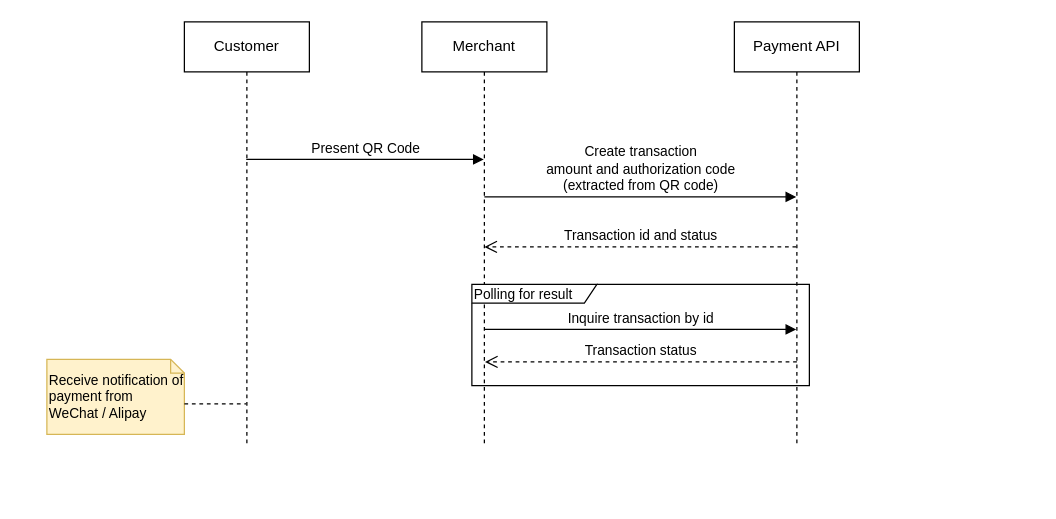
whalebig27/change-request-process-diagram keeps this draw.io diagram as page "Customer Present QR Code" (1 of 2) of Payment Service.drawio. Above is the earlier version. Source tidied: cells renumbered, new cells numbered last; positions are measured from the earlier drawing's top-left corner, leaving out a move shared by most shapes. Both pictures are drawn from the tidied source at 125%, with x=0, y=0 at pixel (46, 21).
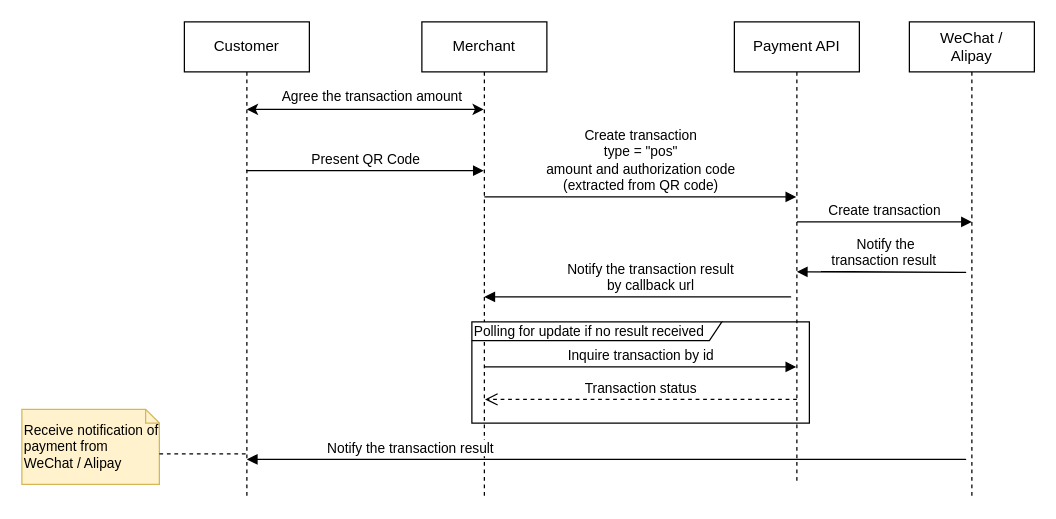
The same diagram, later.

Change to the diagram source:
```diff
@@
     <mxCell id="2" value="Customer" style="shape=umlLifeline;perimeter=lifelinePerimeter;whiteSpace=wrap;html=1;outlineConnect=0;" parent="1" vertex="1">
-      <mxGeometry x="110" width="100" height="340" as="geometry" />
+      <mxGeometry x="110" width="100" height="380" as="geometry" />
     </mxCell>
     <mxCell id="3" value="Merchant" style="shape=umlLifeline;perimeter=lifelinePerimeter;whiteSpace=wrap;html=1;outlineConnect=0;" parent="1" vertex="1">
-      <mxGeometry x="300" width="100" height="340" as="geometry" />
+      <mxGeometry x="300" width="100" height="380" as="geometry" />
     </mxCell>
     <mxCell id="4" value="Payment API" style="shape=umlLifeline;perimeter=lifelinePerimeter;whiteSpace=wrap;html=1;outlineConnect=0;" parent="1" vertex="1">
-      <mxGeometry x="550" width="100" height="340" as="geometry" />
+      <mxGeometry x="550" width="100" height="370" as="geometry" />
     </mxCell>
-    <mxCell id="5" value="Present QR Code" style="html=1;verticalAlign=bottom;endArrow=block;" parent="1" edge="1" source="2" target="3">
+    <mxCell id="5" value="Present QR Code" style="html=1;verticalAlign=bottom;endArrow=block;" parent="1" edge="1">
       <mxGeometry relative="1" as="geometry">
+        <mxPoint x="159.5" y="119" as="sourcePoint" />
+        <mxPoint x="349.5" y="119" as="targetPoint" />
         <Array as="points">
-          <mxPoint x="230" y="110" />
+          <mxPoint x="230" y="119" />
         </Array>
       </mxGeometry>
     </mxCell>
-    <mxCell id="6" value="Create transaction&lt;br&gt;amount&amp;nbsp;and authorization code &lt;br&gt;(extracted from QR code)&lt;br&gt;" style="html=1;verticalAlign=bottom;endArrow=block;" parent="1" edge="1" target="4">
+    <mxCell id="6" value="Create transaction&lt;br&gt;type = &quot;pos&quot;&lt;br&gt;amount&amp;nbsp;and authorization code &lt;br&gt;(extracted from QR code)&lt;br&gt;" style="html=1;verticalAlign=bottom;endArrow=block;" parent="1" edge="1" target="4">
       <mxGeometry relative="1" as="geometry">
         <mxPoint x="350" y="140" as="sourcePoint" />
         <Array as="points">
           <mxPoint x="350" y="140" />
         </Array>
       </mxGeometry>
     </mxCell>
-    <mxCell id="7" value="Transaction id and status" style="html=1;verticalAlign=bottom;endArrow=open;dashed=1;endSize=8;" parent="1" edge="1" source="4">
-      <mxGeometry relative="1" as="geometry">
-        <mxPoint x="350" y="180" as="targetPoint" />
-      </mxGeometry>
-    </mxCell>
     <mxCell id="8" value="Inquire transaction by id&lt;br&gt;" style="html=1;verticalAlign=bottom;endArrow=block;" parent="1" edge="1">
       <mxGeometry relative="1" as="geometry">
-        <mxPoint x="350" y="246" as="sourcePoint" />
-        <mxPoint x="599.5" y="246" as="targetPoint" />
+        <mxPoint x="350" y="276" as="sourcePoint" />
+        <mxPoint x="599.5" y="276" as="targetPoint" />
         <Array as="points">
-          <mxPoint x="350" y="246" />
+          <mxPoint x="350" y="276" />
         </Array>
       </mxGeometry>
     </mxCell>
     <mxCell id="9" value="Transaction status" style="html=1;verticalAlign=bottom;endArrow=open;dashed=1;endSize=8;" parent="1" edge="1">
       <mxGeometry relative="1" as="geometry">
-        <mxPoint x="600" y="272" as="sourcePoint" />
-        <mxPoint x="350.5" y="272" as="targetPoint" />
+        <mxPoint x="600" y="302" as="sourcePoint" />
+        <mxPoint x="350.5" y="302" as="targetPoint" />
       </mxGeometry>
     </mxCell>
-    <mxCell id="10" value="Polling for result" style="shape=umlFrame;whiteSpace=wrap;html=1;width=100;height=15;fontSize=11;align=left;" parent="1" vertex="1">
-      <mxGeometry x="340" y="210" width="270" height="81" as="geometry" />
+    <mxCell id="10" value="Polling for update if no result received" style="shape=umlFrame;whiteSpace=wrap;html=1;width=200;height=15;fontSize=11;align=left;" parent="1" vertex="1">
+      <mxGeometry x="340" y="240" width="270" height="81" as="geometry" />
     </mxCell>
     <mxCell id="11" value="Receive notification of payment from WeChat / Alipay" style="shape=note;whiteSpace=wrap;html=1;size=11;verticalAlign=top;align=left;spacingTop=4;fontSize=11;fillColor=#fff2cc;strokeColor=#d6b656;" parent="1" vertex="1">
-      <mxGeometry y="270" width="110" height="60" as="geometry" />
+      <mxGeometry x="-20" y="310" width="110" height="60" as="geometry" />
     </mxCell>
@@
+    <mxCell id="13" value="WeChat / &lt;br&gt;Alipay" style="shape=umlLifeline;perimeter=lifelinePerimeter;whiteSpace=wrap;html=1;" parent="1" vertex="1">
+      <mxGeometry x="690" width="100" height="380" as="geometry" />
+    </mxCell>
+    <mxCell id="14" value="Create transaction&lt;br&gt;" style="html=1;verticalAlign=bottom;endArrow=block;" parent="1" edge="1">
+      <mxGeometry relative="1" as="geometry">
+        <mxPoint x="600" y="160" as="sourcePoint" />
+        <mxPoint x="740" y="160" as="targetPoint" />
+        <Array as="points">
+          <mxPoint x="600" y="160" />
+        </Array>
+      </mxGeometry>
+    </mxCell>
+    <mxCell id="15" value="Notify the transaction result &lt;br&gt;&lt;div style=&quot;text-align: center&quot;&gt;by callback url&lt;/div&gt;" style="html=1;verticalAlign=bottom;endArrow=block;align=right;" parent="1" edge="1">
+      <mxGeometry relative="1" as="geometry">
+        <mxPoint x="449.5" y="220" as="sourcePoint" />
+        <mxPoint x="350" y="220" as="targetPoint" />
+        <Array as="points">
+          <mxPoint x="600" y="220" />
+        </Array>
+      </mxGeometry>
+    </mxCell>
+    <mxCell id="16" value="Notify the &lt;br&gt;&lt;div style=&quot;text-align: center&quot;&gt;transaction&amp;nbsp;&lt;span style=&quot;text-align: center&quot;&gt;result&amp;nbsp;&lt;/span&gt;&lt;/div&gt;" style="html=1;verticalAlign=bottom;endArrow=block;align=center;" parent="1" edge="1">
+      <mxGeometry x="-0.61" relative="1" as="geometry">
+        <mxPoint x="619.5" y="200" as="sourcePoint" />
+        <mxPoint x="600" y="200" as="targetPoint" />
+        <Array as="points">
+          <mxPoint x="740" y="200.5" />
+        </Array>
+        <mxPoint x="1" as="offset" />
+      </mxGeometry>
+    </mxCell>
+    <mxCell id="17" value="Notify the transaction result&amp;nbsp;&lt;br&gt;" style="html=1;verticalAlign=bottom;endArrow=block;align=right;" parent="1" edge="1">
+      <mxGeometry x="-0.81" relative="1" as="geometry">
+        <mxPoint x="259.5" y="350" as="sourcePoint" />
+        <mxPoint x="160" y="350" as="targetPoint" />
+        <Array as="points">
+          <mxPoint x="740" y="350" />
+        </Array>
+        <mxPoint x="1" as="offset" />
+      </mxGeometry>
+    </mxCell>
+    <mxCell id="18" value="Agree the transaction amount" style="endArrow=classic;startArrow=classic;html=1;fontSize=11;align=center;" parent="1" edge="1" target="3">
+      <mxGeometry x="0.06" y="10" relative="1" as="geometry">
+        <mxPoint x="160" y="70" as="sourcePoint" />
+      </mxGeometry>
+    </mxCell>
```
